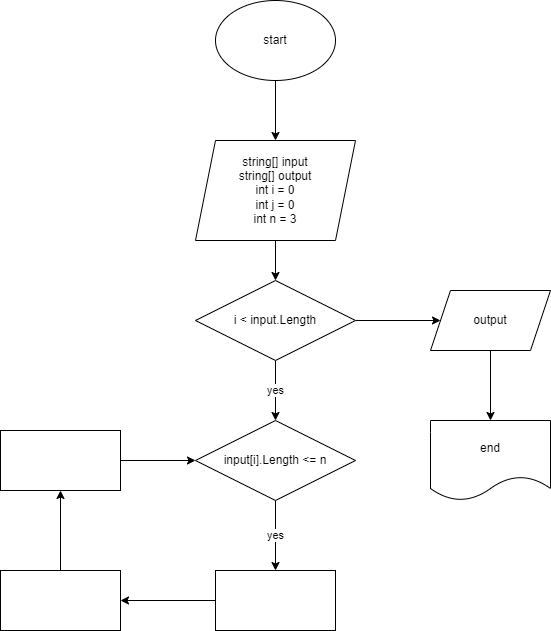
The draw.io diagram Block_result/diagram.drawio.png in GalinaMashkova/Homework_3, before a commit. Source tidied: cells renumbered, new cells last; positions are measured from the earlier drawing's top-left corner, leaving out a move shared by most shapes.
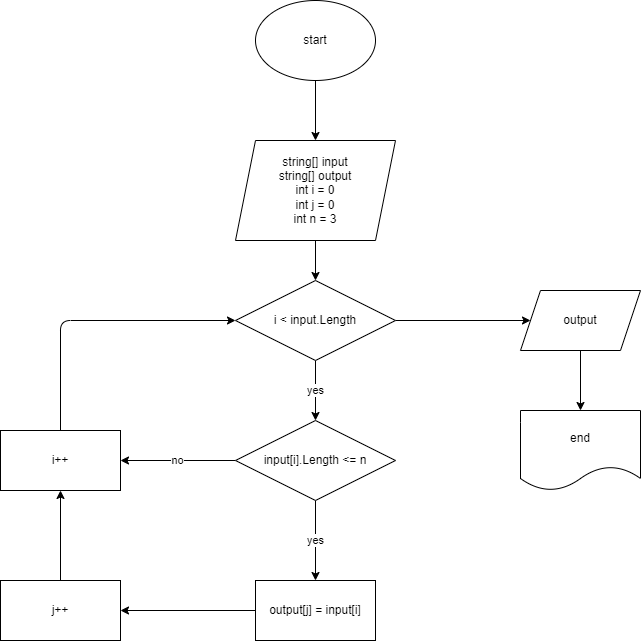
The same diagram one commit later.

What changed in the source:
```diff
@@ -2,27 +2,34 @@
   <root>
     <mxCell id="0" />
     <mxCell id="1" parent="0" />
-    <mxCell id="2" style="edgeStyle=none;html=1;" parent="1" edge="1" source="3" target="9">
-      <mxGeometry relative="1" as="geometry" />
-    </mxCell>
+    <mxCell id="20" style="edgeStyle=none;html=1;entryX=0;entryY=0.5;entryDx=0;entryDy=0;" parent="1" edge="1" source="3" target="12">
+      <mxGeometry relative="1" as="geometry">
+        <Array as="points">
+          <mxPoint x="20" y="320" />
+        </Array>
+      </mxGeometry>
+    </mxCell>
-    <mxCell id="3" style="rounded=0;whiteSpace=wrap;html=1;" parent="1" vertex="1">
-      <mxGeometry y="430" width="120" height="60" as="geometry" />
+    <mxCell id="3" value="i++" style="rounded=0;whiteSpace=wrap;html=1;" parent="1" vertex="1">
+      <mxGeometry x="-40" y="430" width="120" height="60" as="geometry" />
     </mxCell>
     <mxCell id="4" style="edgeStyle=none;html=1;" parent="1" edge="1" source="5" target="3">
       <mxGeometry relative="1" as="geometry" />
     </mxCell>
-    <mxCell id="5" style="rounded=0;whiteSpace=wrap;html=1;" parent="1" vertex="1">
-      <mxGeometry y="570" width="120" height="60" as="geometry" />
+    <mxCell id="5" value="j++" style="rounded=0;whiteSpace=wrap;html=1;" parent="1" vertex="1">
+      <mxGeometry x="-40" y="580" width="120" height="60" as="geometry" />
     </mxCell>
     <mxCell id="6" style="edgeStyle=none;html=1;" parent="1" edge="1" source="7" target="5">
       <mxGeometry relative="1" as="geometry" />
     </mxCell>
-    <mxCell id="7" style="rounded=0;whiteSpace=wrap;html=1;" parent="1" vertex="1">
-      <mxGeometry x="215" y="570" width="120" height="60" as="geometry" />
+    <mxCell id="7" value="output[j] = input[i]" style="rounded=0;whiteSpace=wrap;html=1;" parent="1" vertex="1">
+      <mxGeometry x="215" y="580" width="120" height="60" as="geometry" />
     </mxCell>
     <mxCell id="8" value="yes" style="edgeStyle=none;html=1;" parent="1" edge="1" source="9" target="7">
       <mxGeometry relative="1" as="geometry" />
     </mxCell>
+    <mxCell id="21" value="no" style="edgeStyle=none;html=1;" parent="1" edge="1" source="9" target="3">
+      <mxGeometry relative="1" as="geometry" />
+    </mxCell>
     <mxCell id="9" value="input[i].Length &amp;lt;= n" style="rhombus;whiteSpace=wrap;html=1;" parent="1" vertex="1">
       <mxGeometry x="195" y="420" width="160" height="80" as="geometry" />
     </mxCell>
@@ -39,10 +46,10 @@
       <mxGeometry relative="1" as="geometry" />
     </mxCell>
     <mxCell id="14" value="output" style="shape=parallelogram;perimeter=parallelogramPerimeter;whiteSpace=wrap;html=1;fixedSize=1;" parent="1" vertex="1">
-      <mxGeometry x="430" y="290" width="120" height="60" as="geometry" />
+      <mxGeometry x="480" y="290" width="120" height="60" as="geometry" />
     </mxCell>
     <mxCell id="15" value="end" style="shape=document;whiteSpace=wrap;html=1;boundedLbl=1;" parent="1" vertex="1">
-      <mxGeometry x="430" y="420" width="120" height="80" as="geometry" />
+      <mxGeometry x="480" y="410" width="120" height="80" as="geometry" />
     </mxCell>
     <mxCell id="16" style="edgeStyle=none;html=1;" parent="1" edge="1" source="17" target="19">
       <mxGeometry relative="1" as="geometry" />
```
